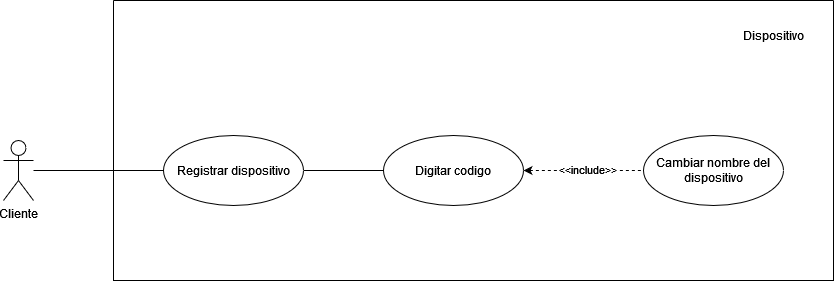
The draw.io diagram Fase 2/Evidencias Grupales/Diagramas/Vista Escenarios/DiagramaCasoDeUsoDispositivo.png in Nanito111/CAPSTONE_002D, before a commit. Source tidied: cells renumbered, new cells last; positions are measured from the earlier drawing's top-left corner, leaving out a move shared by most shapes.
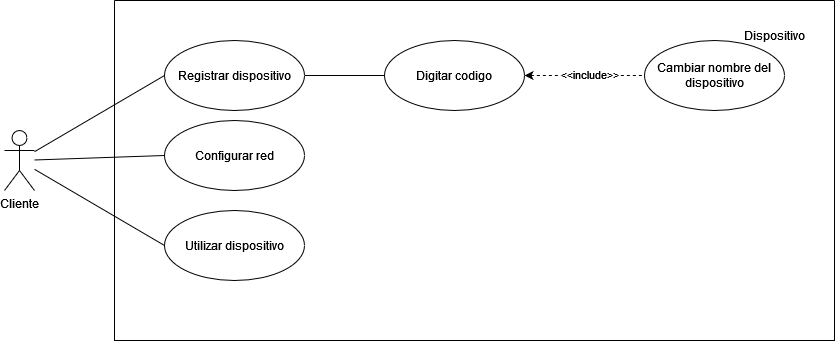
After the change.

Commit message:
FIX: Diagramas casos de uso

Diff of the diagram source:
```diff
@@ -6,10 +6,10 @@
       <mxGeometry relative="1" as="geometry" />
     </mxCell>
     <mxCell id="3" value="Cliente" style="shape=umlActor;verticalLabelPosition=bottom;verticalAlign=top;html=1;" parent="1" vertex="1">
-      <mxGeometry y="140" width="30" height="60" as="geometry" />
+      <mxGeometry x="1310" y="2730" width="30" height="60" as="geometry" />
     </mxCell>
     <mxCell id="4" style="swimlane;startSize=0;" parent="1" vertex="1">
-      <mxGeometry x="110" width="720" height="280" as="geometry" />
+      <mxGeometry x="1420" y="2600" width="720" height="340" as="geometry" />
     </mxCell>
     <mxCell id="5" value="Dispositivo" style="text;html=1;align=center;verticalAlign=middle;strokeColor=none;fillColor=none;" parent="4" vertex="1">
       <mxGeometry x="620" y="20" width="80" height="30" as="geometry" />
@@ -18,13 +18,13 @@
       <mxGeometry relative="1" as="geometry" />
     </mxCell>
     <mxCell id="7" value="Registrar dispositivo" style="ellipse;whiteSpace=wrap;html=1;" parent="4" vertex="1">
-      <mxGeometry x="50" y="135" width="140" height="70" as="geometry" />
+      <mxGeometry x="50" y="40" width="140" height="70" as="geometry" />
     </mxCell>
     <mxCell id="8" value="Digitar codigo " style="ellipse;whiteSpace=wrap;html=1;" parent="4" vertex="1">
-      <mxGeometry x="270" y="135" width="140" height="70" as="geometry" />
+      <mxGeometry x="270" y="40" width="140" height="70" as="geometry" />
     </mxCell>
     <mxCell id="9" value="Cambiar nombre del dispositivo" style="ellipse;whiteSpace=wrap;html=1;" parent="4" vertex="1">
-      <mxGeometry x="530" y="135" width="140" height="70" as="geometry" />
+      <mxGeometry x="530" y="40" width="140" height="70" as="geometry" />
     </mxCell>
     <mxCell id="10" style="rounded=0;jettySize=auto;html=1;entryX=0;entryY=0.5;entryDx=0;entryDy=0;dashed=1;startArrow=classic;startFill=1;endArrow=none;endFill=0;" parent="4" edge="1" source="8" target="9">
       <mxGeometry relative="1" as="geometry" />
@@ -32,5 +32,17 @@
     <mxCell id="11" value="&amp;lt;&amp;lt;include&amp;gt;&amp;gt;" style="edgeLabel;html=1;align=center;verticalAlign=middle;" parent="10" vertex="1">
       <mxGeometry x="0.05" y="2" relative="1" as="geometry" />
     </mxCell>
+    <mxCell id="12" value="Utilizar dispositivo" style="ellipse;whiteSpace=wrap;html=1;" parent="4" vertex="1">
+      <mxGeometry x="50" y="210" width="140" height="70" as="geometry" />
+    </mxCell>
+    <mxCell id="13" value="Configurar red" style="ellipse;whiteSpace=wrap;html=1;" parent="4" vertex="1">
+      <mxGeometry x="50" y="120" width="140" height="70" as="geometry" />
+    </mxCell>
+    <mxCell id="14" style="rounded=0;jettySize=auto;html=1;endArrow=none;endFill=0;exitX=0;exitY=0.5;exitDx=0;exitDy=0;" parent="1" edge="1" source="12" target="3">
+      <mxGeometry relative="1" as="geometry" />
+    </mxCell>
+    <mxCell id="15" style="rounded=0;jettySize=auto;html=1;endArrow=none;endFill=0;exitX=0;exitY=0.5;exitDx=0;exitDy=0;" parent="1" edge="1" source="13" target="3">
+      <mxGeometry relative="1" as="geometry" />
+    </mxCell>
   </root>
 </mxGraphModel>
```
